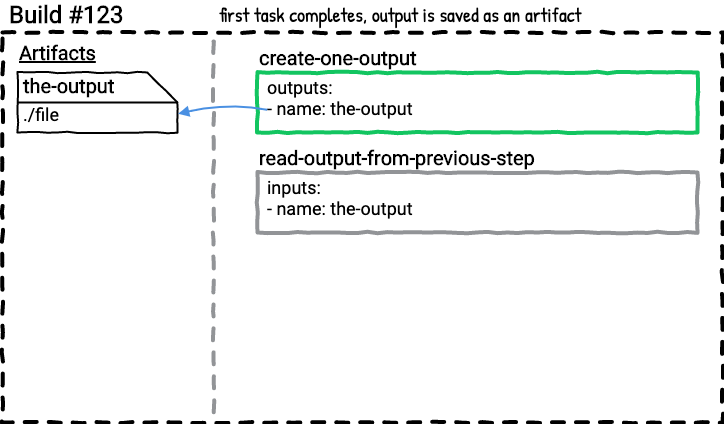
Above: tasks-inputs-101/diagrams/example-one/02.png in taylorsilva/posts (draw.io), before the change. Source tidied: cells renumbered, new cells last; positions are measured from the earlier drawing's top-left corner, leaving out a move shared by most shapes.
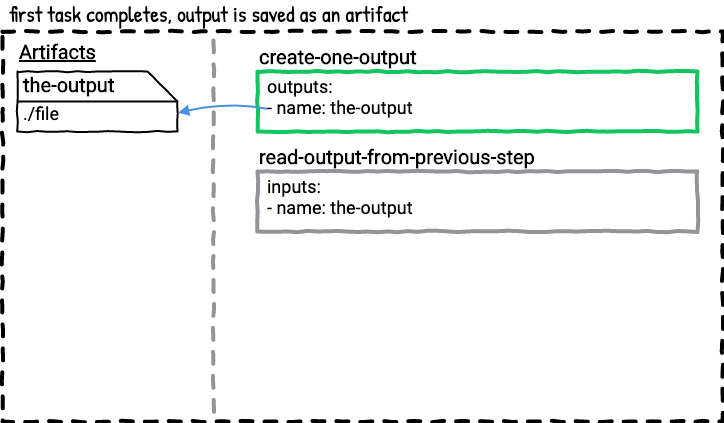
Later version of the same file.

Change to the diagram source:
```diff
@@ -1,22 +1,9 @@
 <mxGraphModel>
   <root>
     <mxCell id="0" />
-    <mxCell id="1" parent="0" />
-    <mxCell id="2" style="whiteSpace=wrap;html=1;dashed=1;strokeWidth=4;comic=1;fillColor=none;spacing=2;" parent="1" vertex="1">
-      <mxGeometry y="28" width="720" height="390" as="geometry" />
-    </mxCell>
-    <mxCell id="3" style="endArrow=none;dashed=1;html=1;strokeWidth=4;comic=1;anchorPointDirection=0;exitX=0.293;exitY=0;exitDx=0;exitDy=0;exitPerimeter=0;strokeColor=#929497;" parent="1" edge="1">
-      <mxGeometry relative="1" as="geometry">
-        <mxPoint x="211" y="37" as="sourcePoint" />
-        <mxPoint x="211" y="417" as="targetPoint" />
-      </mxGeometry>
-    </mxCell>
     <mxCell id="4" value="Untitled Layer" parent="0" />
-    <mxCell id="5" value="Build #123" style="text;html=1;strokeColor=none;fillColor=none;align=left;verticalAlign=middle;whiteSpace=wrap;rounded=0;comic=1;fontStyle=1;fontFamily=Roboto;FType=g;fontSize=24;" parent="4" vertex="1">
-      <mxGeometry x="5" width="200" height="20" as="geometry" />
-    </mxCell>
-    <mxCell id="6" value="first task completes, output is saved as an artifact" style="text;html=1;strokeColor=none;fillColor=none;align=left;verticalAlign=middle;whiteSpace=wrap;rounded=0;comic=1;fontFamily=Patrick Hand;FType=g;fontSize=20;" parent="4" vertex="1">
-      <mxGeometry x="215" width="500" height="20" as="geometry" />
+    <mxCell id="6" value="first task completes, output is saved as an artifact" style="text;html=1;strokeColor=none;fillColor=none;align=left;verticalAlign=middle;whiteSpace=wrap;rounded=0;comic=1;fontFamily=Patrick Hand;FType=g;fontSize=22;" parent="4" vertex="1">
+      <mxGeometry x="5" width="710" height="20" as="geometry" />
     </mxCell>
     <mxCell id="7" value="Artifacts" style="text;html=1;strokeColor=none;fillColor=none;align=left;verticalAlign=middle;whiteSpace=wrap;rounded=0;comic=1;fontStyle=5;fontFamily=Roboto;FType=g;fontSize=20;" parent="4" vertex="1">
       <mxGeometry x="15" y="38" width="90" height="20" as="geometry" />
@@ -63,5 +50,14 @@
         </Array>
       </mxGeometry>
     </mxCell>
+    <mxCell id="2" style="whiteSpace=wrap;html=1;dashed=1;strokeWidth=4;comic=1;fillColor=none;spacing=2;" parent="4" vertex="1">
+      <mxGeometry y="28" width="720" height="390" as="geometry" />
+    </mxCell>
+    <mxCell id="3" style="endArrow=none;dashed=1;html=1;strokeWidth=4;comic=1;anchorPointDirection=0;exitX=0.293;exitY=0;exitDx=0;exitDy=0;exitPerimeter=0;strokeColor=#929497;" parent="4" edge="1">
+      <mxGeometry relative="1" as="geometry">
+        <mxPoint x="211" y="37" as="sourcePoint" />
+        <mxPoint x="211" y="417" as="targetPoint" />
+      </mxGeometry>
+    </mxCell>
   </root>
 </mxGraphModel>
```
